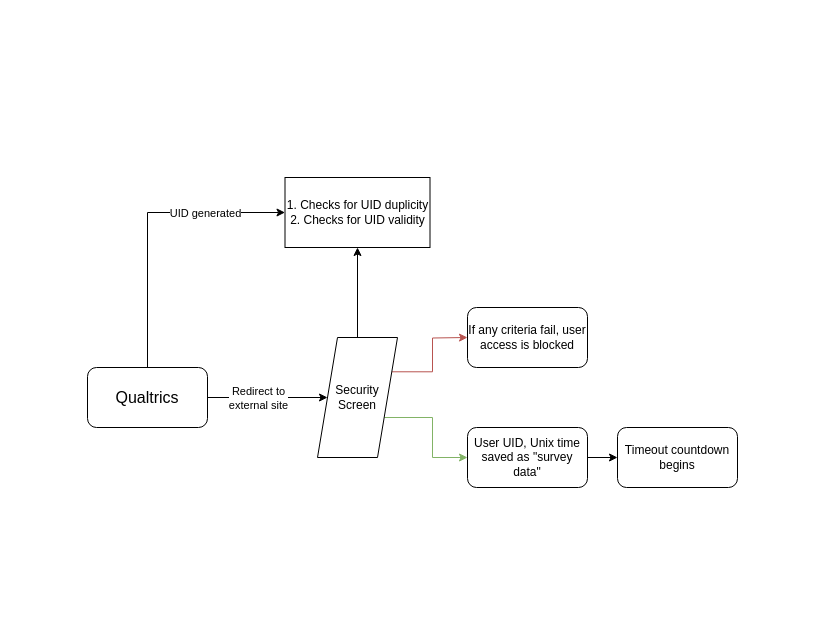
Above: Chatbot Flow.drawio in Triarite/qualtrics-openai (draw.io), before the change. Source tidied: cells renumbered, new cells numbered last; positions are measured from the earlier drawing's top-left corner, leaving out a move shared by most shapes. Both pictures are drawn from the tidied source at 100%, with x=0, y=0 at pixel (87, 177).
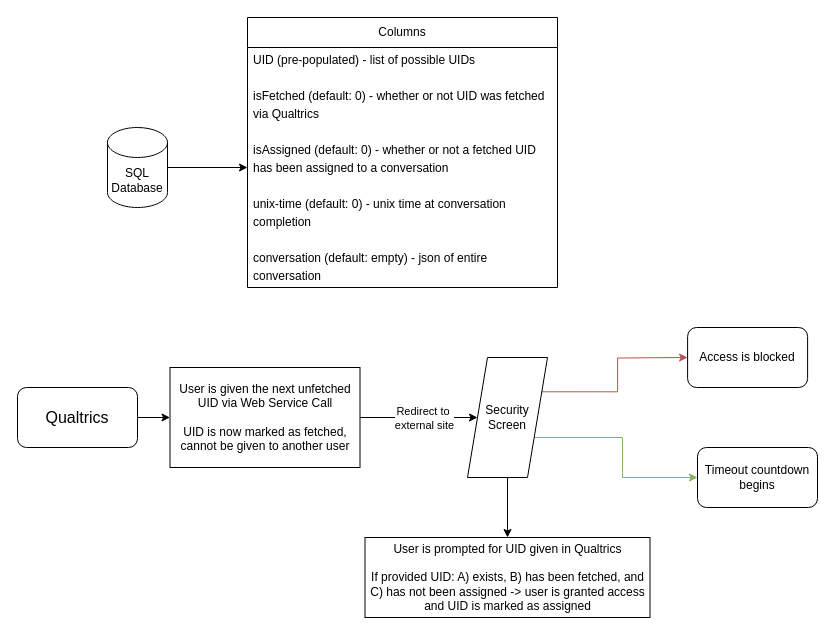
After the change.

Change to the diagram source:
```diff
@@
 <mxGraphModel>
   <root>
     <mxCell id="0" />
     <mxCell id="1" parent="0" />
-    <mxCell id="2" style="edgeStyle=orthogonalEdgeStyle;rounded=0;jettySize=auto;html=1;entryX=0;entryY=0.5;entryDx=0;entryDy=0;" parent="1" edge="1" source="6" target="10">
-      <mxGeometry relative="1" as="geometry" />
-    </mxCell>
-    <mxCell id="3" value="Redirect to&lt;div&gt;external site&lt;/div&gt;" style="edgeLabel;html=1;align=center;verticalAlign=middle;" parent="2" vertex="1">
-      <mxGeometry x="-0.28" y="2" relative="1" as="geometry">
-        <mxPoint x="7" y="2" as="offset" />
-      </mxGeometry>
-    </mxCell>
-    <mxCell id="4" style="edgeStyle=orthogonalEdgeStyle;rounded=0;jettySize=auto;html=1;entryX=0;entryY=0.5;entryDx=0;entryDy=0;exitX=0.5;exitY=0;exitDx=0;exitDy=0;" parent="1" edge="1" source="6" target="11">
-      <mxGeometry relative="1" as="geometry">
-        <Array as="points">
-          <mxPoint x="60" y="35" />
-        </Array>
-      </mxGeometry>
-    </mxCell>
-    <mxCell id="5" value="UID generated" style="edgeLabel;html=1;align=center;verticalAlign=middle;" parent="4" vertex="1">
-      <mxGeometry x="0.42" y="-2" relative="1" as="geometry">
-        <mxPoint x="4" y="-2" as="offset" />
-      </mxGeometry>
-    </mxCell>
+    <mxCell id="16" style="edgeStyle=orthogonalEdgeStyle;rounded=0;jettySize=auto;html=1;entryX=0;entryY=0.5;entryDx=0;entryDy=0;" parent="1" edge="1" source="6" target="23">
+      <mxGeometry relative="1" as="geometry" />
+    </mxCell>
     <mxCell id="6" value="&lt;font style=&quot;font-size: 16px;&quot;&gt;Qualtrics&lt;/font&gt;" style="rounded=1;whiteSpace=wrap;html=1;" parent="1" vertex="1">
-      <mxGeometry y="190" width="120" height="60" as="geometry" />
+      <mxGeometry x="-70" y="210" width="120" height="60" as="geometry" />
     </mxCell>
-    <mxCell id="7" style="edgeStyle=orthogonalEdgeStyle;rounded=0;jettySize=auto;html=1;" parent="1" edge="1" source="10" target="11">
-      <mxGeometry relative="1" as="geometry" />
-    </mxCell>
-    <mxCell id="8" style="edgeStyle=orthogonalEdgeStyle;rounded=0;jettySize=auto;html=1;fillColor=#d5e8d4;strokeColor=#82b366;exitX=1;exitY=0.75;exitDx=0;exitDy=0;" parent="1" edge="1" source="10" target="13">
+    <mxCell id="8" style="edgeStyle=orthogonalEdgeStyle;rounded=0;jettySize=auto;html=1;fillColor=#d5e8d4;strokeColor=#82b366;exitX=1;exitY=0.75;exitDx=0;exitDy=0;entryX=0;entryY=0.5;entryDx=0;entryDy=0;" parent="1" edge="1" source="10" target="14">
       <mxGeometry relative="1" as="geometry" />
     </mxCell>
     <mxCell id="9" style="edgeStyle=orthogonalEdgeStyle;rounded=0;jettySize=auto;html=1;fillColor=#f8cecc;strokeColor=#b85450;exitX=1;exitY=0.25;exitDx=0;exitDy=0;" parent="1" edge="1" source="10">
       <mxGeometry relative="1" as="geometry">
-        <mxPoint x="380" y="160" as="targetPoint" />
+        <mxPoint x="600.1" y="180" as="targetPoint" />
       </mxGeometry>
     </mxCell>
+    <mxCell id="17" style="edgeStyle=orthogonalEdgeStyle;rounded=0;jettySize=auto;html=1;" parent="1" edge="1" source="10" target="24">
+      <mxGeometry relative="1" as="geometry" />
+    </mxCell>
     <mxCell id="10" value="Security&lt;div&gt;Screen&lt;/div&gt;" style="shape=parallelogram;perimeter=parallelogramPerimeter;whiteSpace=wrap;html=1;fixedSize=1;" parent="1" vertex="1">
-      <mxGeometry x="230" y="160" width="80" height="120" as="geometry" />
+      <mxGeometry x="380" y="180" width="80" height="120" as="geometry" />
     </mxCell>
-    <mxCell id="11" value="1. Checks for UID duplicity&lt;div&gt;2. Checks for UID validity&lt;/div&gt;" style="whiteSpace=wrap;html=1;" parent="1" vertex="1">
-      <mxGeometry x="197.5" width="145" height="70" as="geometry" />
-    </mxCell>
-    <mxCell id="12" style="edgeStyle=orthogonalEdgeStyle;rounded=0;jettySize=auto;html=1;" parent="1" edge="1" source="13" target="14">
-      <mxGeometry relative="1" as="geometry" />
-    </mxCell>
-    <mxCell id="13" value="User UID, Unix time saved as &quot;survey data&quot;" style="rounded=1;whiteSpace=wrap;html=1;" parent="1" vertex="1">
-      <mxGeometry x="380" y="250" width="120" height="60" as="geometry" />
-    </mxCell>
     <mxCell id="14" value="Timeout countdown begins" style="whiteSpace=wrap;html=1;rounded=1;" parent="1" vertex="1">
-      <mxGeometry x="530" y="250" width="120" height="60" as="geometry" />
+      <mxGeometry x="610" y="270" width="120" height="60" as="geometry" />
     </mxCell>
-    <mxCell id="15" value="If any criteria fail, user access is blocked" style="rounded=1;whiteSpace=wrap;html=1;" parent="1" vertex="1">
-      <mxGeometry x="380" y="130" width="120" height="60" as="geometry" />
+    <mxCell id="15" value="Access is blocked" style="rounded=1;whiteSpace=wrap;html=1;" parent="1" vertex="1">
+      <mxGeometry x="600.1" y="150" width="120" height="60" as="geometry" />
     </mxCell>
+    <mxCell id="18" style="edgeStyle=orthogonalEdgeStyle;rounded=0;jettySize=auto;html=1;entryX=0;entryY=0.5;entryDx=0;entryDy=0;" parent="1" edge="1" source="19" target="21">
+      <mxGeometry relative="1" as="geometry" />
+    </mxCell>
+    <mxCell id="19" value="SQL&lt;div&gt;Database&lt;/div&gt;" style="shape=cylinder3;whiteSpace=wrap;html=1;boundedLbl=1;backgroundOutline=1;size=15;" parent="1" vertex="1">
+      <mxGeometry x="20" y="-50" width="60" height="80" as="geometry" />
+    </mxCell>
+    <mxCell id="20" value="Columns" style="swimlane;fontStyle=0;horizontal=1;startSize=30;whiteSpace=wrap;html=1;" parent="1" vertex="1">
+      <mxGeometry x="160" y="-160" width="310" height="270" as="geometry" />
+    </mxCell>
+    <mxCell id="21" value="&lt;div style=&quot;line-height: 150%;&quot;&gt;&lt;span style=&quot;background-color: initial;&quot;&gt;UID (pre-populated) - list of possible UIDs&lt;/span&gt;&lt;/div&gt;&lt;div style=&quot;line-height: 150%;&quot;&gt;&lt;span style=&quot;background-color: initial;&quot;&gt;&lt;br&gt;&lt;/span&gt;&lt;/div&gt;&lt;div style=&quot;line-height: 150%;&quot;&gt;&lt;span style=&quot;background-color: initial;&quot;&gt;isFetched (default: 0) - whether or not UID was fetched via Qualtrics&lt;/span&gt;&lt;/div&gt;&lt;div style=&quot;line-height: 150%;&quot;&gt;&lt;span style=&quot;background-color: initial;&quot;&gt;&lt;br&gt;&lt;/span&gt;&lt;/div&gt;&lt;div style=&quot;line-height: 150%;&quot;&gt;&lt;span style=&quot;background-color: initial;&quot;&gt;isAssigned (default: 0) - whether or not a fetched UID has been assigned to a conversation&lt;/span&gt;&lt;/div&gt;&lt;div style=&quot;line-height: 150%;&quot;&gt;&lt;span style=&quot;background-color: initial;&quot;&gt;&lt;br&gt;&lt;/span&gt;&lt;/div&gt;&lt;div style=&quot;line-height: 150%;&quot;&gt;&lt;span style=&quot;background-color: initial;&quot;&gt;unix-time (default: 0) - unix time at conversation completion&lt;/span&gt;&lt;/div&gt;&lt;div style=&quot;line-height: 150%;&quot;&gt;&lt;span style=&quot;background-color: initial;&quot;&gt;&lt;br&gt;&lt;/span&gt;&lt;/div&gt;&lt;div style=&quot;line-height: 150%;&quot;&gt;&lt;span style=&quot;background-color: initial;&quot;&gt;conversation (default: empty) - json of entire conversation&lt;/span&gt;&lt;/div&gt;" style="text;strokeColor=none;fillColor=none;align=left;verticalAlign=middle;spacingLeft=4;spacingRight=4;overflow=hidden;points=[[0,0.5],[1,0.5]];portConstraint=eastwest;whiteSpace=wrap;html=1;" parent="20" vertex="1">
+      <mxGeometry y="30" width="310" height="240" as="geometry" />
+    </mxCell>
+    <mxCell id="22" style="edgeStyle=orthogonalEdgeStyle;rounded=0;jettySize=auto;html=1;entryX=0;entryY=0.5;entryDx=0;entryDy=0;" parent="1" edge="1" source="23" target="10">
+      <mxGeometry relative="1" as="geometry" />
+    </mxCell>
+    <mxCell id="3" value="Redirect to&amp;nbsp;&lt;div&gt;external site&lt;/div&gt;" style="edgeLabel;html=1;align=center;verticalAlign=middle;" parent="22" vertex="1">
+      <mxGeometry x="-0.05" y="2" relative="1" as="geometry">
+        <mxPoint x="8" y="2" as="offset" />
+      </mxGeometry>
+    </mxCell>
+    <mxCell id="23" value="&lt;div&gt;User is given the next unfetched UID via Web Service Call&lt;/div&gt;&lt;div&gt;&lt;br&gt;&lt;/div&gt;&lt;div&gt;UID is now marked as fetched, cannot be given to another user&lt;/div&gt;" style="rounded=0;whiteSpace=wrap;html=1;" parent="1" vertex="1">
+      <mxGeometry x="82.5" y="190" width="190" height="100" as="geometry" />
+    </mxCell>
+    <mxCell id="24" value="User is prompted for UID given in Qualtrics&lt;div&gt;&lt;br&gt;&lt;/div&gt;&lt;div&gt;If provided UID: A) exists, B) has been fetched, and C) has not been assigned -&amp;gt; user is granted access and UID is marked as assigned&lt;/div&gt;" style="whiteSpace=wrap;html=1;" parent="1" vertex="1">
+      <mxGeometry x="277.5" y="360" width="285" height="80" as="geometry" />
+    </mxCell>
   </root>
 </mxGraphModel>
```
